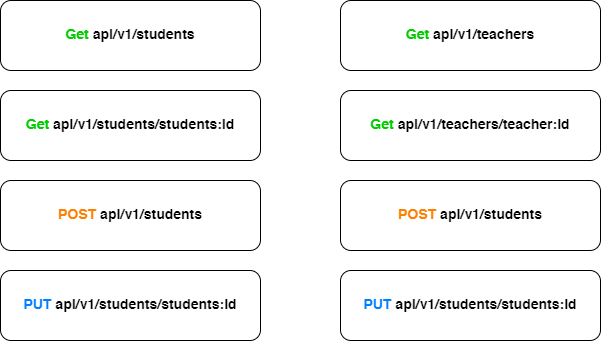
Before: Nest App API Design.drawio.png, a diagram exported from draw.io (ShuhaoZQGG/nest-app). Source tidied: cells renumbered, new cells last; positions are measured from the earlier drawing's top-left corner, leaving out a move shared by most shapes. Source of this version:
```xml
<mxGraphModel>
  <root>
    <mxCell id="0" />
    <mxCell id="1" parent="0" />
    <mxCell id="2" value="&lt;h3&gt;&lt;font color=&quot;#00cc00&quot;&gt;Get &lt;/font&gt;&lt;font style=&quot;font-size: 14px&quot;&gt;api/v1/students&lt;/font&gt;&lt;/h3&gt;" style="rounded=1;whiteSpace=wrap;html=1;strokeWidth=1;perimeterSpacing=1;" parent="1" vertex="1">
      <mxGeometry width="260" height="70" as="geometry" />
    </mxCell>
    <mxCell id="3" value="&lt;h3&gt;&lt;font color=&quot;#00cc00&quot;&gt;Get &lt;/font&gt;&lt;font style=&quot;font-size: 14px&quot;&gt;api/v1/students/students:id&lt;/font&gt;&lt;/h3&gt;" style="rounded=1;whiteSpace=wrap;html=1;strokeWidth=1;perimeterSpacing=1;" parent="1" vertex="1">
      <mxGeometry y="90" width="260" height="70" as="geometry" />
    </mxCell>
    <mxCell id="4" value="&lt;h3&gt;&lt;font color=&quot;#ff8000&quot;&gt;POST&amp;nbsp;&lt;/font&gt;&lt;font style=&quot;font-size: 14px&quot;&gt;api/v1/students&lt;/font&gt;&lt;/h3&gt;" style="rounded=1;whiteSpace=wrap;html=1;strokeWidth=1;perimeterSpacing=1;" parent="1" vertex="1">
      <mxGeometry y="180" width="260" height="70" as="geometry" />
    </mxCell>
    <mxCell id="5" value="&lt;h3&gt;&lt;font color=&quot;#007fff&quot;&gt;PUT&amp;nbsp;&lt;/font&gt;&lt;font style=&quot;font-size: 14px&quot;&gt;api/v1/students/students:Id&lt;/font&gt;&lt;/h3&gt;" style="rounded=1;whiteSpace=wrap;html=1;strokeWidth=1;perimeterSpacing=1;" parent="1" vertex="1">
      <mxGeometry y="270" width="260" height="70" as="geometry" />
    </mxCell>
    <mxCell id="6" value="&lt;h3&gt;&lt;font color=&quot;#00cc00&quot;&gt;Get &lt;/font&gt;&lt;font style=&quot;font-size: 14px&quot;&gt;api/v1/teachers&lt;/font&gt;&lt;/h3&gt;" style="rounded=1;whiteSpace=wrap;html=1;strokeWidth=1;perimeterSpacing=1;" parent="1" vertex="1">
      <mxGeometry x="340" width="260" height="70" as="geometry" />
    </mxCell>
    <mxCell id="7" value="&lt;h3&gt;&lt;font color=&quot;#00cc00&quot;&gt;Get &lt;/font&gt;&lt;font style=&quot;font-size: 14px&quot;&gt;api/v1/teachers/teacher:Id&lt;/font&gt;&lt;/h3&gt;" style="rounded=1;whiteSpace=wrap;html=1;strokeWidth=1;perimeterSpacing=1;" parent="1" vertex="1">
      <mxGeometry x="340" y="90" width="260" height="70" as="geometry" />
    </mxCell>
    <mxCell id="8" value="&lt;h3&gt;&lt;font color=&quot;#ff8000&quot;&gt;POST&amp;nbsp;&lt;/font&gt;&lt;font style=&quot;font-size: 14px&quot;&gt;api/v1/students&lt;/font&gt;&lt;/h3&gt;" style="rounded=1;whiteSpace=wrap;html=1;strokeWidth=1;perimeterSpacing=1;" parent="1" vertex="1">
      <mxGeometry x="340" y="180" width="260" height="70" as="geometry" />
    </mxCell>
    <mxCell id="9" value="&lt;h3&gt;&lt;font color=&quot;#007fff&quot;&gt;PUT&amp;nbsp;&lt;/font&gt;&lt;font style=&quot;font-size: 14px&quot;&gt;api/v1/students/students:Id&lt;/font&gt;&lt;/h3&gt;" style="rounded=1;whiteSpace=wrap;html=1;strokeWidth=1;perimeterSpacing=1;" parent="1" vertex="1">
      <mxGeometry x="340" y="270" width="260" height="70" as="geometry" />
    </mxCell>
  </root>
</mxGraphModel>
```
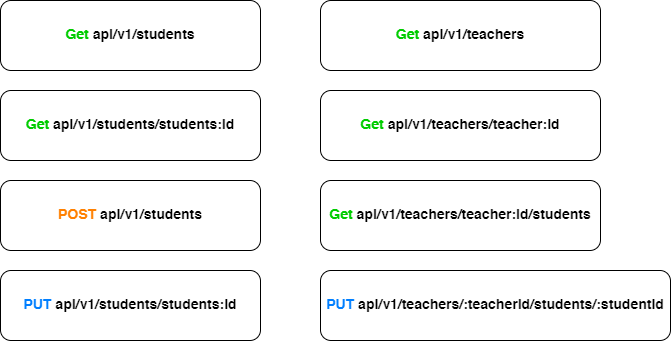
After the change.

Change to the diagram source:
```diff
@@ -15,16 +15,16 @@
       <mxGeometry y="270" width="260" height="70" as="geometry" />
     </mxCell>
     <mxCell id="6" value="&lt;h3&gt;&lt;font color=&quot;#00cc00&quot;&gt;Get &lt;/font&gt;&lt;font style=&quot;font-size: 14px&quot;&gt;api/v1/teachers&lt;/font&gt;&lt;/h3&gt;" style="rounded=1;whiteSpace=wrap;html=1;strokeWidth=1;perimeterSpacing=1;" parent="1" vertex="1">
-      <mxGeometry x="340" width="260" height="70" as="geometry" />
+      <mxGeometry x="320" width="280" height="70" as="geometry" />
     </mxCell>
     <mxCell id="7" value="&lt;h3&gt;&lt;font color=&quot;#00cc00&quot;&gt;Get &lt;/font&gt;&lt;font style=&quot;font-size: 14px&quot;&gt;api/v1/teachers/teacher:Id&lt;/font&gt;&lt;/h3&gt;" style="rounded=1;whiteSpace=wrap;html=1;strokeWidth=1;perimeterSpacing=1;" parent="1" vertex="1">
-      <mxGeometry x="340" y="90" width="260" height="70" as="geometry" />
+      <mxGeometry x="320" y="90" width="280" height="70" as="geometry" />
     </mxCell>
-    <mxCell id="8" value="&lt;h3&gt;&lt;font color=&quot;#ff8000&quot;&gt;POST&amp;nbsp;&lt;/font&gt;&lt;font style=&quot;font-size: 14px&quot;&gt;api/v1/students&lt;/font&gt;&lt;/h3&gt;" style="rounded=1;whiteSpace=wrap;html=1;strokeWidth=1;perimeterSpacing=1;" parent="1" vertex="1">
-      <mxGeometry x="340" y="180" width="260" height="70" as="geometry" />
+    <mxCell id="8" value="&lt;h3&gt;&lt;font color=&quot;#00cc00&quot;&gt;Get&amp;nbsp;&lt;/font&gt;&lt;font style=&quot;font-size: 14px&quot;&gt;api/v1/teachers/teacher:Id/students&lt;/font&gt;&lt;/h3&gt;" style="rounded=1;whiteSpace=wrap;html=1;strokeWidth=1;perimeterSpacing=1;" parent="1" vertex="1">
+      <mxGeometry x="320" y="180" width="280" height="70" as="geometry" />
     </mxCell>
-    <mxCell id="9" value="&lt;h3&gt;&lt;font color=&quot;#007fff&quot;&gt;PUT&amp;nbsp;&lt;/font&gt;&lt;font style=&quot;font-size: 14px&quot;&gt;api/v1/students/students:Id&lt;/font&gt;&lt;/h3&gt;" style="rounded=1;whiteSpace=wrap;html=1;strokeWidth=1;perimeterSpacing=1;" parent="1" vertex="1">
-      <mxGeometry x="340" y="270" width="260" height="70" as="geometry" />
+    <mxCell id="9" value="&lt;h3&gt;&lt;font color=&quot;#007fff&quot;&gt;PUT&amp;nbsp;&lt;/font&gt;&lt;font style=&quot;font-size: 14px&quot;&gt;api/v1/teachers/:teacherId/students/:studentId&lt;/font&gt;&lt;/h3&gt;" style="rounded=1;whiteSpace=wrap;html=1;strokeWidth=1;perimeterSpacing=1;" parent="1" vertex="1">
+      <mxGeometry x="320" y="270" width="350" height="70" as="geometry" />
     </mxCell>
   </root>
 </mxGraphModel>
```
